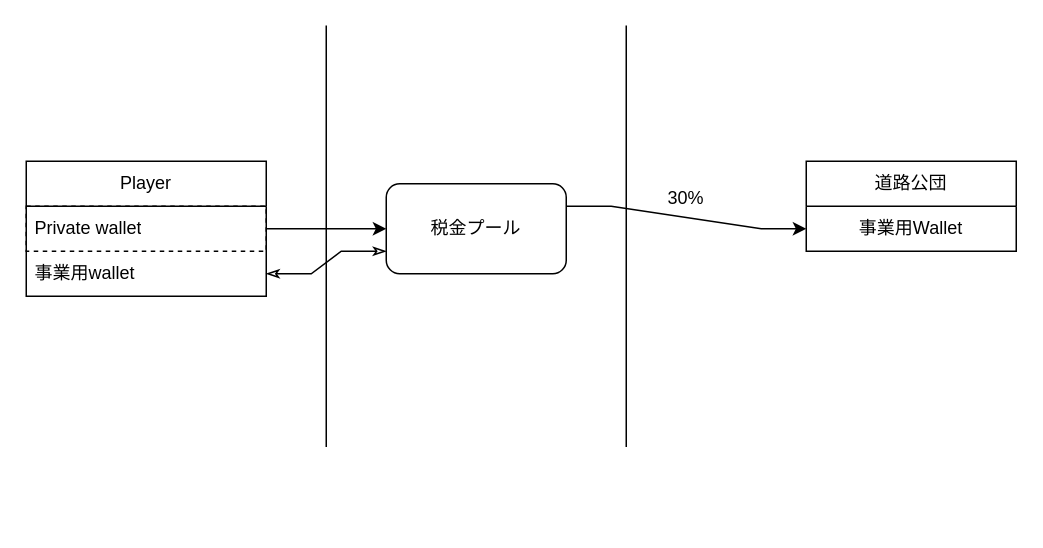
Poteto-Groove/Economy-Plugin-Flow keeps this draw.io diagram as economy.drawio. Above is the earlier version. Source tidied: cells renumbered, new cells numbered last; positions are measured from the earlier drawing's top-left corner, leaving out a move shared by most shapes. Both pictures are drawn from the tidied source at 150%, with x=0, y=0 at pixel (26, 26).
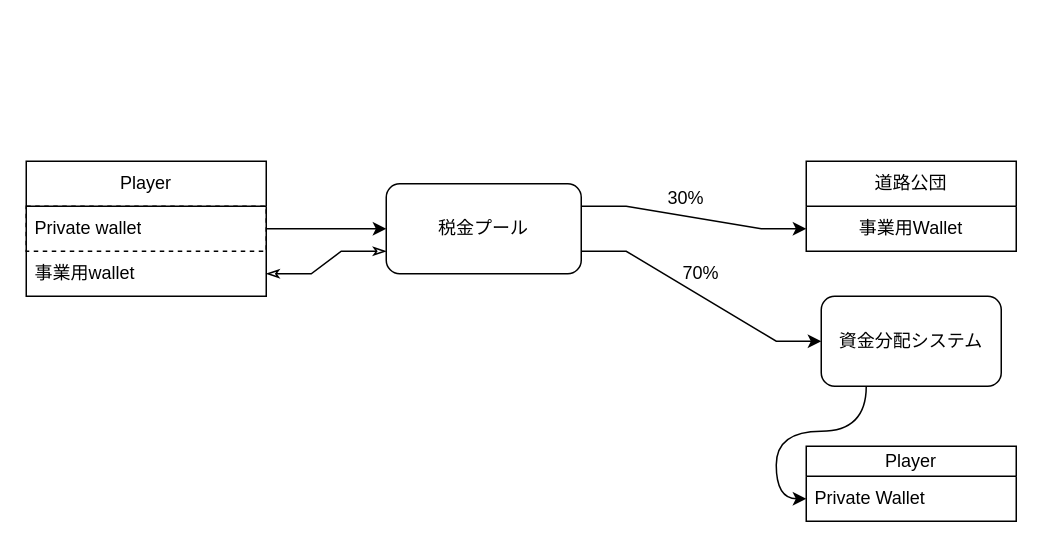
After the change.

Diff of the diagram source:
```diff
@@
 <mxGraphModel>
   <root>
     <mxCell id="0" />
     <mxCell id="1" parent="0" />
     <mxCell id="2" value="Player" style="swimlane;fontStyle=0;horizontal=1;startSize=30;whiteSpace=wrap;html=1;" parent="1" vertex="1">
       <mxGeometry y="90" width="160" height="90" as="geometry" />
     </mxCell>
     <mxCell id="3" value="Private wallet" style="text;strokeColor=default;fillColor=none;align=left;verticalAlign=middle;spacingLeft=4;spacingRight=4;overflow=hidden;points=[[0,0.5],[1,0.5]];portConstraint=eastwest;whiteSpace=wrap;html=1;dashed=1;" parent="2" vertex="1">
       <mxGeometry y="30" width="160" height="30" as="geometry" />
     </mxCell>
     <mxCell id="4" value="事業用wallet" style="text;strokeColor=none;fillColor=none;align=left;verticalAlign=middle;spacingLeft=4;spacingRight=4;overflow=hidden;points=[[0,0.5],[1,0.5]];portConstraint=eastwest;whiteSpace=wrap;html=1;" parent="2" vertex="1">
       <mxGeometry y="60" width="160" height="30" as="geometry" />
     </mxCell>
     <mxCell id="5" style="edgeStyle=entityRelationEdgeStyle;rounded=0;jettySize=auto;html=1;exitX=1;exitY=0.25;exitDx=0;exitDy=0;entryX=0;entryY=0.5;entryDx=0;entryDy=0;shape=filledEdge;" parent="1" edge="1" source="6" target="10">
       <mxGeometry relative="1" as="geometry" />
     </mxCell>
+    <mxCell id="13" style="edgeStyle=entityRelationEdgeStyle;rounded=0;jettySize=auto;html=1;exitX=1;exitY=0.75;exitDx=0;exitDy=0;entryX=0;entryY=0.5;entryDx=0;entryDy=0;" parent="1" edge="1" source="6" target="17">
+      <mxGeometry relative="1" as="geometry" />
+    </mxCell>
     <mxCell id="6" value="税金プール" style="rounded=1;whiteSpace=wrap;html=1;" parent="1" vertex="1">
-      <mxGeometry x="240" y="105" width="120" height="60" as="geometry" />
+      <mxGeometry x="240" y="105" width="130" height="60" as="geometry" />
     </mxCell>
     <mxCell id="7" style="edgeStyle=orthogonalEdgeStyle;rounded=0;jettySize=auto;html=1;exitX=1;exitY=0.5;exitDx=0;exitDy=0;entryX=0;entryY=0.5;entryDx=0;entryDy=0;curved=1;" parent="1" edge="1" source="3" target="6">
       <mxGeometry relative="1" as="geometry" />
     </mxCell>
     <mxCell id="8" style="edgeStyle=entityRelationEdgeStyle;rounded=0;jettySize=auto;html=1;exitX=1;exitY=0.5;exitDx=0;exitDy=0;entryX=0;entryY=0.75;entryDx=0;entryDy=0;startArrow=classicThin;startFill=0;endArrow=classicThin;endFill=0;" parent="1" edge="1" source="4" target="6">
       <mxGeometry relative="1" as="geometry" />
     </mxCell>
     <mxCell id="9" value="道路公団" style="swimlane;fontStyle=0;horizontal=1;startSize=30;whiteSpace=wrap;html=1;" parent="1" vertex="1">
       <mxGeometry x="520" y="90" width="140" height="60" as="geometry" />
     </mxCell>
     <mxCell id="10" value="事業用Wallet" style="text;html=1;whiteSpace=wrap;strokeColor=none;fillColor=none;align=center;verticalAlign=middle;rounded=0;" parent="9" vertex="1">
       <mxGeometry y="30" width="140" height="30" as="geometry" />
     </mxCell>
     <mxCell id="11" value="30%" style="text;html=1;whiteSpace=wrap;strokeColor=none;fillColor=none;align=center;verticalAlign=middle;rounded=0;" parent="1" vertex="1">
       <mxGeometry x="410" y="100" width="60" height="30" as="geometry" />
     </mxCell>
-    <mxCell id="12" style="shape=partialRectangle;whiteSpace=wrap;html=1;top=0;bottom=0;fillColor=none;" parent="1" vertex="1">
-      <mxGeometry x="200" width="200" height="280" as="geometry" />
-    </mxCell>
+    <mxCell id="14" value="Player" style="swimlane;fontStyle=0;horizontal=1;startSize=20;whiteSpace=wrap;html=1;" parent="1" vertex="1">
+      <mxGeometry x="520" y="280" width="140" height="50" as="geometry" />
+    </mxCell>
+    <mxCell id="15" value="Private Wallet" style="text;strokeColor=none;fillColor=none;align=left;verticalAlign=middle;spacingLeft=4;spacingRight=4;overflow=hidden;points=[[0,0.5],[1,0.5]];portConstraint=eastwest;whiteSpace=wrap;html=1;" parent="14" vertex="1">
+      <mxGeometry y="20" width="140" height="30" as="geometry" />
+    </mxCell>
+    <mxCell id="16" style="rounded=0;jettySize=auto;html=1;exitX=0.25;exitY=1;exitDx=0;exitDy=0;entryX=0;entryY=0.5;entryDx=0;entryDy=0;edgeStyle=orthogonalEdgeStyle;curved=1;" parent="1" edge="1" source="17" target="15">
+      <mxGeometry relative="1" as="geometry" />
+    </mxCell>
+    <mxCell id="17" value="資金分配システム" style="rounded=1;whiteSpace=wrap;html=1;" parent="1" vertex="1">
+      <mxGeometry x="530" y="180" width="120" height="60" as="geometry" />
+    </mxCell>
+    <mxCell id="18" value="70%" style="text;html=1;whiteSpace=wrap;strokeColor=none;fillColor=none;align=center;verticalAlign=middle;rounded=0;" parent="1" vertex="1">
+      <mxGeometry x="420" y="150" width="60" height="30" as="geometry" />
+    </mxCell>
   </root>
 </mxGraphModel>
```
